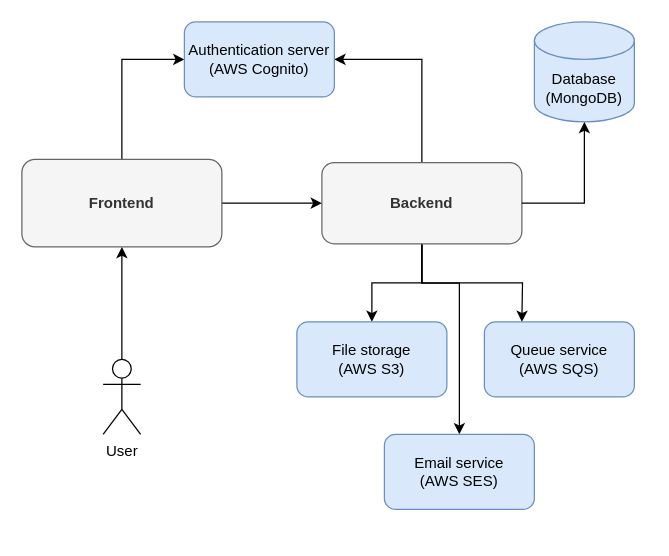
This is docs/diagrams/app-components-diagram.drawio from danrog303/ebook-wizard, a draw.io file, before an edit. Source tidied: cells renumbered, new cells numbered last; positions are measured from the earlier drawing's top-left corner, leaving out a move shared by most shapes. Both pictures are drawn from the tidied source at 125%, with x=0, y=0 at pixel (21, 21).
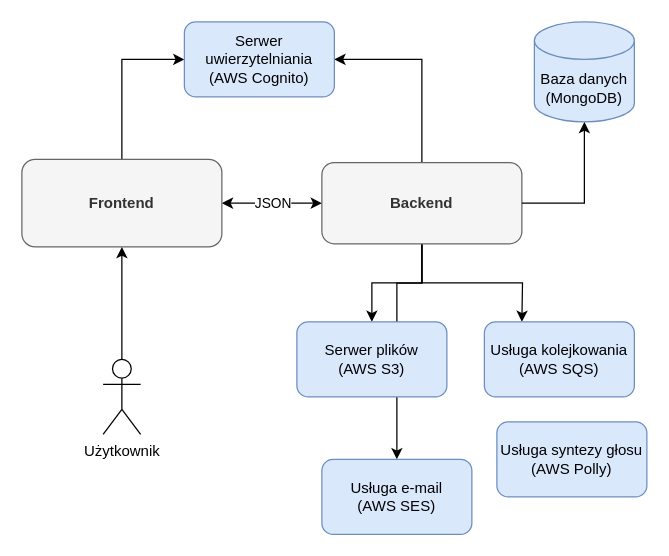
After the change.

Unchanged cells that the change refers to:
```xml
<mxCell id="6" value="Backend" style="rounded=1;whiteSpace=wrap;html=1;fontStyle=1;fillColor=#f5f5f5;fontColor=#333333;strokeColor=#666666;" parent="1" vertex="1">
  <mxGeometry x="240" y="112.5" width="160" height="65" as="geometry" />
</mxCell>
<mxCell id="9" value="Frontend" style="rounded=1;whiteSpace=wrap;html=1;fontStyle=1;fillColor=#f5f5f5;fontColor=#333333;strokeColor=#666666;" parent="1" vertex="1">
  <mxGeometry y="110" width="160" height="70" as="geometry" />
</mxCell>
```

What changed in the source:
```diff
@@
     <mxCell id="5" style="edgeStyle=orthogonalEdgeStyle;rounded=0;jettySize=auto;html=1;exitX=0.5;exitY=1;exitDx=0;exitDy=0;entryX=0.5;entryY=0;entryDx=0;entryDy=0;" parent="1" edge="1" source="6" target="17">
       <mxGeometry relative="1" as="geometry">
         <Array as="points">
           <mxPoint x="320" y="209" />
-          <mxPoint x="350" y="209" />
+          <mxPoint x="300" y="209" />
         </Array>
       </mxGeometry>
     </mxCell>
@@
-    <mxCell id="7" style="edgeStyle=orthogonalEdgeStyle;rounded=0;jettySize=auto;html=1;entryX=0;entryY=0.5;entryDx=0;entryDy=0;" parent="1" edge="1" source="9" target="6">
+    <mxCell id="7" style="edgeStyle=orthogonalEdgeStyle;rounded=0;jettySize=auto;html=1;entryX=0;entryY=0.5;entryDx=0;entryDy=0;startArrow=classic;startFill=1;" parent="1" edge="1" source="9" target="6">
       <mxGeometry relative="1" as="geometry" />
     </mxCell>
+    <mxCell id="18" value="JSON" style="edgeLabel;html=1;align=center;verticalAlign=middle;" parent="7" vertex="1">
+      <mxGeometry x="-0.01" y="1" relative="1" as="geometry" />
+    </mxCell>
@@
-    <mxCell id="11" value="User" style="shape=umlActor;verticalLabelPosition=bottom;verticalAlign=top;html=1;outlineConnect=0;" parent="1" vertex="1">
+    <mxCell id="11" value="Użytkownik" style="shape=umlActor;verticalLabelPosition=bottom;verticalAlign=top;html=1;outlineConnect=0;" parent="1" vertex="1">
       <mxGeometry x="65" y="270" width="30" height="60" as="geometry" />
     </mxCell>
-    <mxCell id="12" value="Database&lt;br&gt;(MongoDB)" style="shape=cylinder3;whiteSpace=wrap;html=1;boundedLbl=1;backgroundOutline=1;size=15;fillColor=#dae8fc;strokeColor=#6c8ebf;" parent="1" vertex="1">
+    <mxCell id="12" value="Baza danych (MongoDB)" style="shape=cylinder3;whiteSpace=wrap;html=1;boundedLbl=1;backgroundOutline=1;size=15;fillColor=#dae8fc;strokeColor=#6c8ebf;" parent="1" vertex="1">
       <mxGeometry x="410" width="80" height="80" as="geometry" />
     </mxCell>
@@
-    <mxCell id="14" value="Authentication server&lt;br&gt;(AWS Cognito)" style="rounded=1;whiteSpace=wrap;html=1;fillColor=#dae8fc;strokeColor=#6c8ebf;" parent="1" vertex="1">
+    <mxCell id="14" value="Serwer uwierzytelniania&lt;br&gt;(AWS Cognito)" style="rounded=1;whiteSpace=wrap;html=1;fillColor=#dae8fc;strokeColor=#6c8ebf;" parent="1" vertex="1">
       <mxGeometry x="130" width="120" height="60" as="geometry" />
     </mxCell>
-    <mxCell id="15" value="File storage&lt;br&gt;(AWS S3)" style="rounded=1;whiteSpace=wrap;html=1;fillColor=#dae8fc;strokeColor=#6c8ebf;" parent="1" vertex="1">
+    <mxCell id="15" value="Serwer plików&lt;br&gt;(AWS S3)" style="rounded=1;whiteSpace=wrap;html=1;fillColor=#dae8fc;strokeColor=#6c8ebf;" parent="1" vertex="1">
       <mxGeometry x="220" y="240" width="120" height="60" as="geometry" />
     </mxCell>
-    <mxCell id="16" value="Queue service&lt;br&gt;(AWS SQS)" style="rounded=1;whiteSpace=wrap;html=1;fillColor=#dae8fc;strokeColor=#6c8ebf;" parent="1" vertex="1">
+    <mxCell id="16" value="Usługa kolejkowania&lt;br&gt;(AWS SQS)" style="rounded=1;whiteSpace=wrap;html=1;fillColor=#dae8fc;strokeColor=#6c8ebf;" parent="1" vertex="1">
       <mxGeometry x="370" y="240" width="120" height="60" as="geometry" />
     </mxCell>
-    <mxCell id="17" value="Email service&lt;br&gt;(AWS SES)" style="rounded=1;whiteSpace=wrap;html=1;fillColor=#dae8fc;strokeColor=#6c8ebf;" parent="1" vertex="1">
-      <mxGeometry x="290" y="330" width="120" height="60" as="geometry" />
+    <mxCell id="17" value="Usługa e-mail&lt;br&gt;(AWS SES)" style="rounded=1;whiteSpace=wrap;html=1;fillColor=#dae8fc;strokeColor=#6c8ebf;" parent="1" vertex="1">
+      <mxGeometry x="240" y="350" width="120" height="60" as="geometry" />
     </mxCell>
+    <mxCell id="19" value="Usługa syntezy głosu&lt;br&gt;(AWS Polly)" style="rounded=1;whiteSpace=wrap;html=1;fillColor=#dae8fc;strokeColor=#6c8ebf;" parent="1" vertex="1">
+      <mxGeometry x="380" y="320" width="120" height="60" as="geometry" />
+    </mxCell>
```
